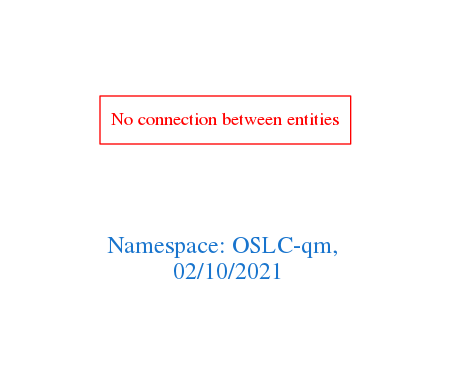
Before: downloads/OSLC-qm.png, a diagram exported from Graphviz (arago/OGIT). Its source is kept beside it as downloads/OSLC-qm.dot.
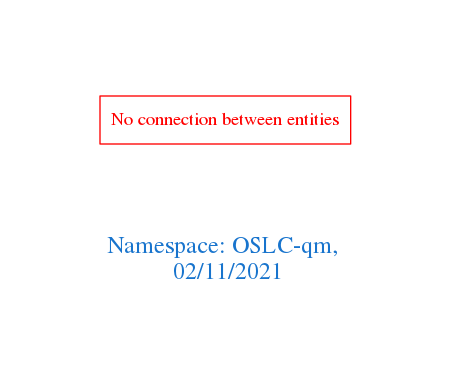
After the change.

The edit, as a diff of the source:
```diff
@@ -1,7 +1,7 @@
 digraph OGIT_ontology {
  graph [ rankdir= LR,pad=1
 fontsize = 18,
-fontcolor= dodgerblue3,label = "\n\n\nNamespace: OSLC-qm, \n 02/10/2021"];
+fontcolor= dodgerblue3,label = "\n\n\nNamespace: OSLC-qm, \n 02/11/2021"];
 node[shape=polygon];
 edge [  color="gray81"];
 
```
